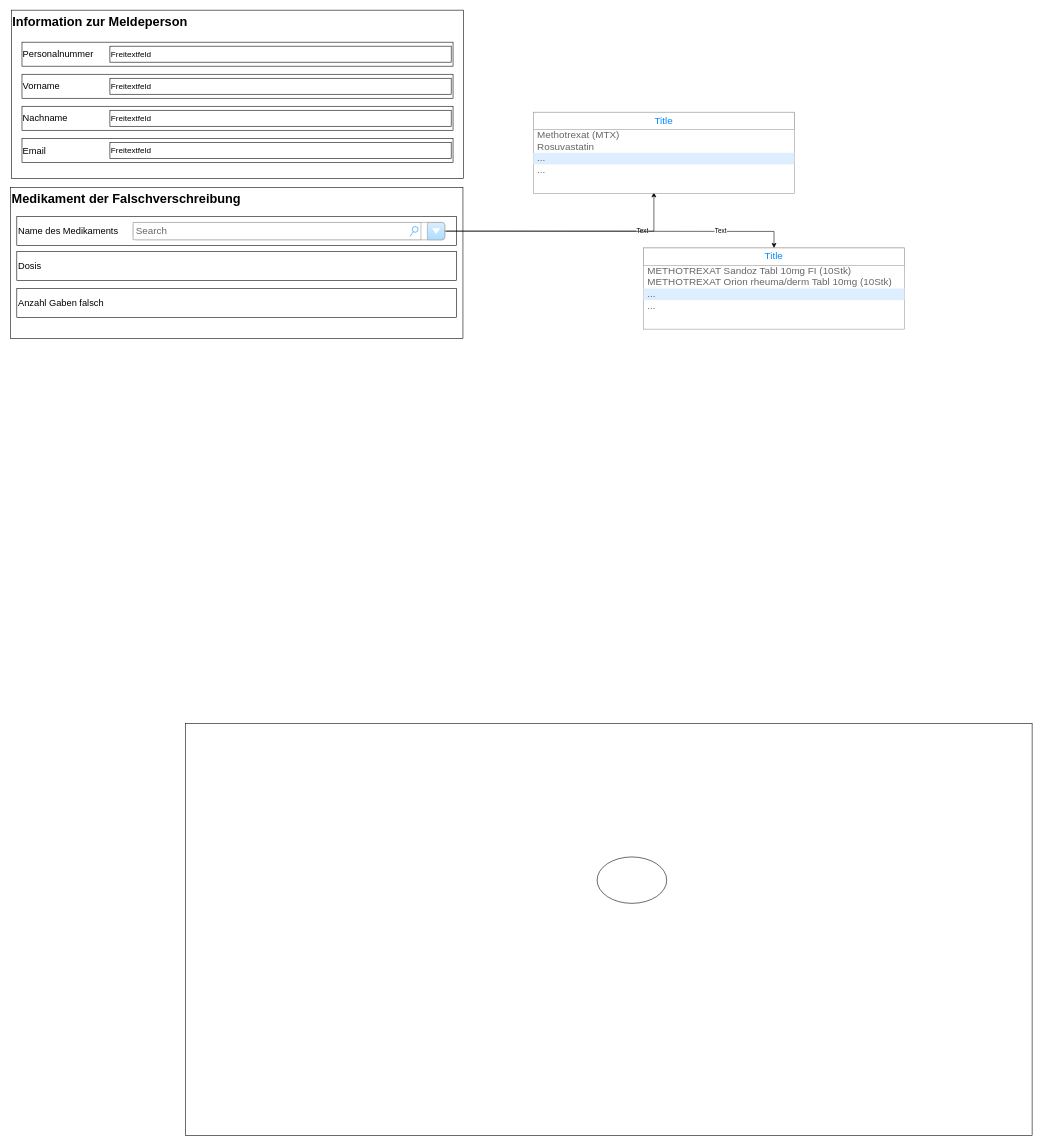
Earlier version of the draw.io diagram DOFI-Design.drawio (MarlenKuehn/DOFI-draw.io). Source tidied: cells renumbered, new cells numbered last; positions are measured from the earlier drawing's top-left corner, leaving out a move shared by most shapes. Both pictures are drawn from the tidied source at 58%, with x=0, y=0 at pixel (9, 10).
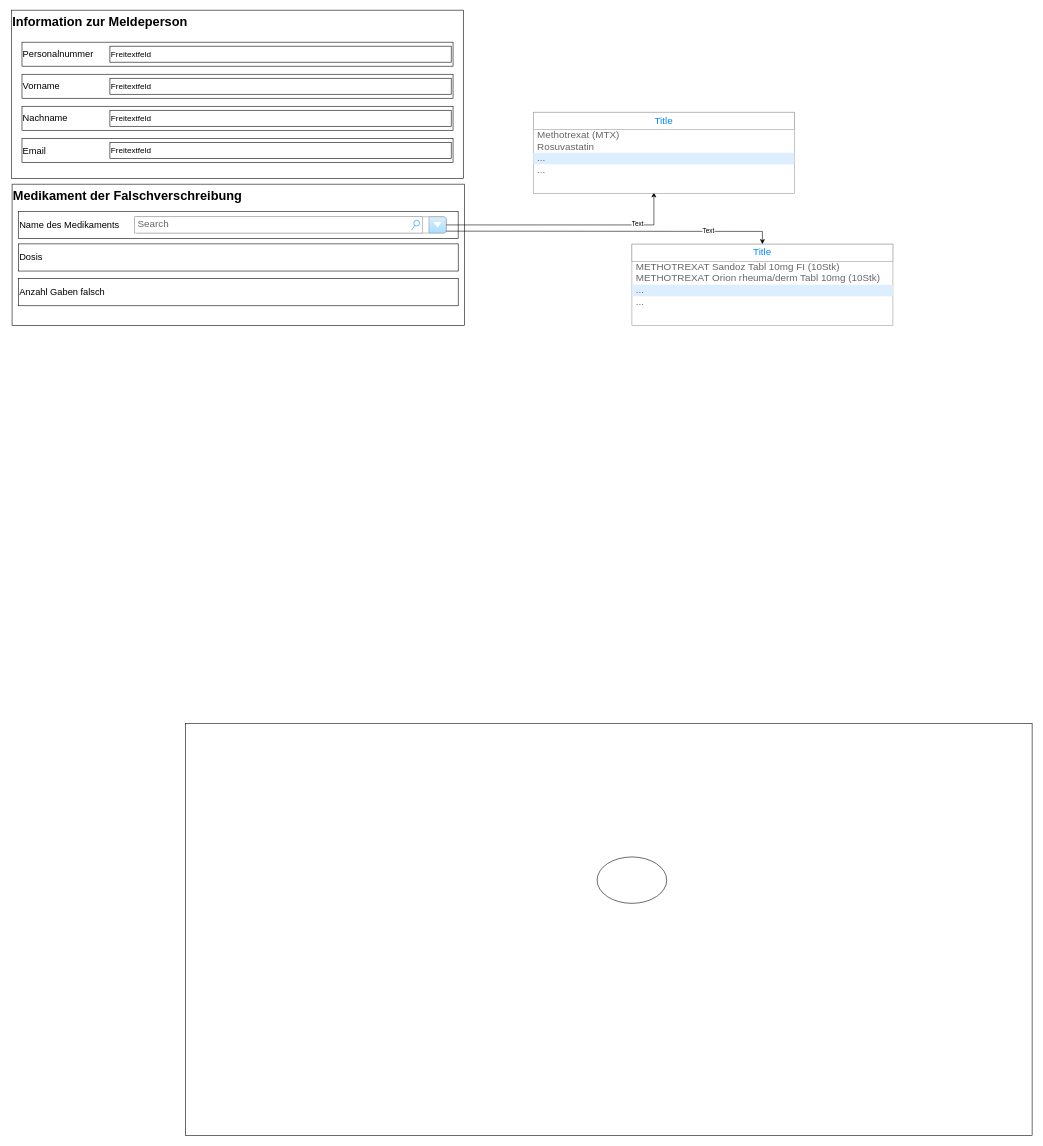
Above is the later version.

Diff of the diagram source:
```diff
@@
     <mxCell id="2" style="group;" parent="1" vertex="1">
-      <mxGeometry x="0.4" y="316" width="782.6" height="250" as="geometry" />
+      <mxGeometry x="3" y="309.4" width="782.6" height="234" as="geometry" />
     </mxCell>
     <mxCell id="3" value="Medikament der Falschverschreibung" style="html=1;whiteSpace=wrap;verticalAlign=top;align=left;fontStyle=1;fontSize=22;" parent="2" vertex="1">
-      <mxGeometry x="1.3" y="-10" width="780" height="260" as="geometry" />
+      <mxGeometry x="1.3" y="-9.4" width="780" height="243.4" as="geometry" />
     </mxCell>
     <mxCell id="4" value="&lt;font style=&quot;font-size: 16px;&quot;&gt;Name des Medikaments&lt;/font&gt;" style="html=1;whiteSpace=wrap;align=left;" parent="3" vertex="1">
-      <mxGeometry x="10.8" y="50" width="758.4" height="50" as="geometry" />
+      <mxGeometry x="10.7" y="46.8" width="758.4" height="46.8" as="geometry" />
     </mxCell>
     <mxCell id="5" value="&lt;font style=&quot;font-size: 16px;&quot;&gt;Anzahl Gaben falsch&lt;/font&gt;" style="html=1;whiteSpace=wrap;align=left;" parent="3" vertex="1">
-      <mxGeometry x="10.8" y="174" width="758.4" height="50" as="geometry" />
+      <mxGeometry x="10.8" y="162.9" width="758.4" height="46.8" as="geometry" />
     </mxCell>
     <mxCell id="6" value="&lt;table&gt;&lt;tbody&gt;&lt;tr&gt;&lt;td&gt;&lt;br&gt;&lt;/td&gt;&lt;/tr&gt;&lt;tr&gt;&lt;td&gt;&lt;br&gt;&lt;/td&gt;&lt;/tr&gt;&lt;tr&gt;&lt;td&gt;&lt;br&gt;&lt;/td&gt;&lt;/tr&gt;&lt;tr&gt;&lt;td&gt;&lt;br&gt;&lt;/td&gt;&lt;/tr&gt;&lt;tr&gt;&lt;td&gt;&lt;br&gt;&lt;/td&gt;&lt;/tr&gt;&lt;/tbody&gt;&lt;/table&gt;" style="strokeWidth=1;shadow=0;dashed=0;align=center;html=1;shape=mxgraph.mockup.forms.comboBox;strokeColor=#999999;fillColor=#ddeeff;align=left;fillColor2=#aaddff;mainText=;fontColor=#666666;fontSize=17;spacingLeft=3;" parent="2" vertex="1">
-      <mxGeometry x="212.6" y="50" width="537.4" height="30" as="geometry" />
+      <mxGeometry x="212.6" y="46.8" width="537.4" height="28.1" as="geometry" />
     </mxCell>
     <mxCell id="7" value="&lt;font style=&quot;font-size: 16px;&quot;&gt;Dosis&lt;/font&gt;" style="html=1;whiteSpace=wrap;align=left;" parent="2" vertex="1">
-      <mxGeometry x="12.1" y="100" width="758.4" height="50" as="geometry" />
+      <mxGeometry x="12.1" y="93.6" width="758.4" height="46.8" as="geometry" />
     </mxCell>
     <mxCell id="8" value="Search" style="strokeWidth=1;shadow=0;dashed=0;align=center;html=1;shape=mxgraph.mockup.forms.searchBox;strokeColor=#999999;mainText=;strokeColor2=#008cff;fontColor=#666666;fontSize=17;align=left;spacingLeft=3;whiteSpace=wrap;" parent="2" vertex="1">
-      <mxGeometry x="212.6" y="50" width="496.3" height="30" as="geometry" />
+      <mxGeometry x="212.6" y="46.8" width="496.3" height="28.1" as="geometry" />
     </mxCell>
@@
-    <mxCell id="11" style="group;" parent="1" vertex="1">
+    <mxCell id="11" style="group;labelBorderColor=default;spacingTop=0;spacing=2;spacingLeft=0;" parent="1" vertex="1">
       <mxGeometry x="3" width="780" height="290" as="geometry" />
     </mxCell>
@@
     <mxCell id="29" style="strokeWidth=1;shadow=0;dashed=0;align=center;html=1;shape=mxgraph.mockup.forms.rrect;rSize=0;strokeColor=#999999;fillColor=#ffffff;" parent="1" vertex="1">
-      <mxGeometry x="1093" y="410" width="450" height="140" as="geometry" />
+      <mxGeometry x="1073" y="403.4" width="450" height="140" as="geometry" />
     </mxCell>
```
